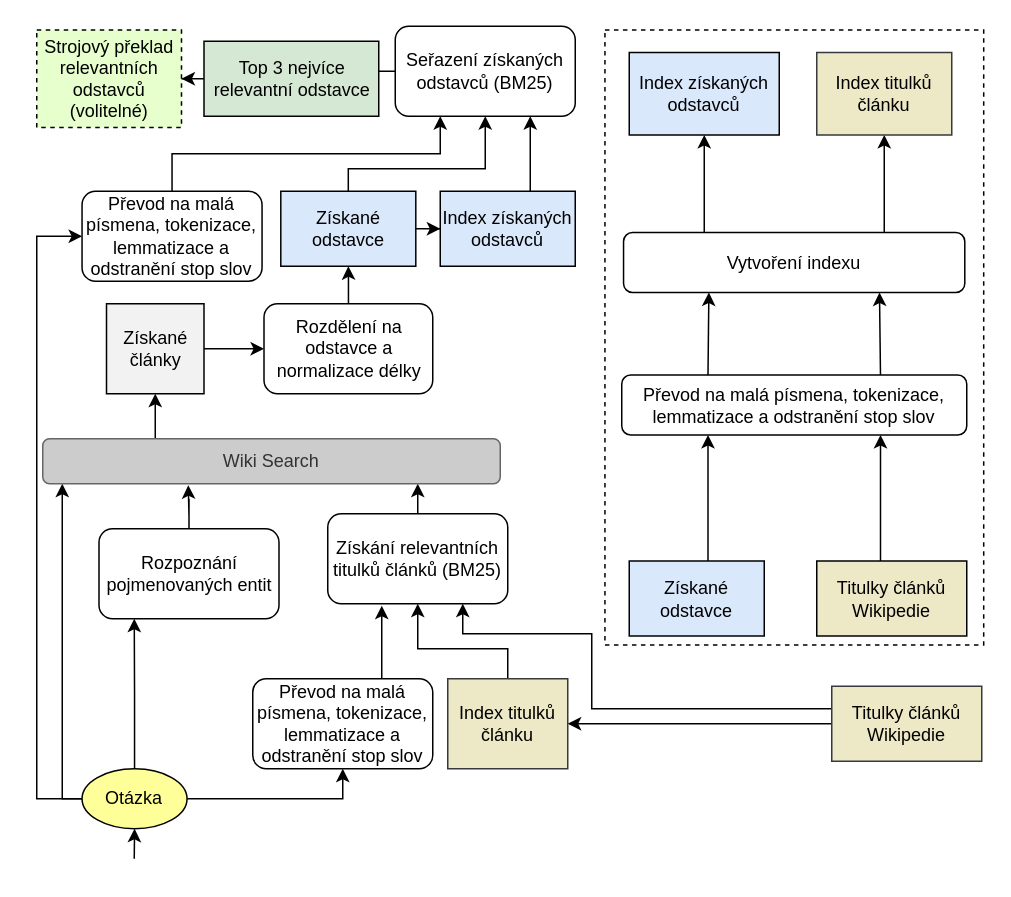
Above: images/retriever_podrobne.drawio in JonasBoi/BP (draw.io), before the change. Source tidied: cells renumbered, new cells numbered last; positions are measured from the earlier drawing's top-left corner, leaving out a move shared by most shapes. Both pictures are drawn from the tidied source at 150%, with x=0, y=0 at pixel (36, 26).
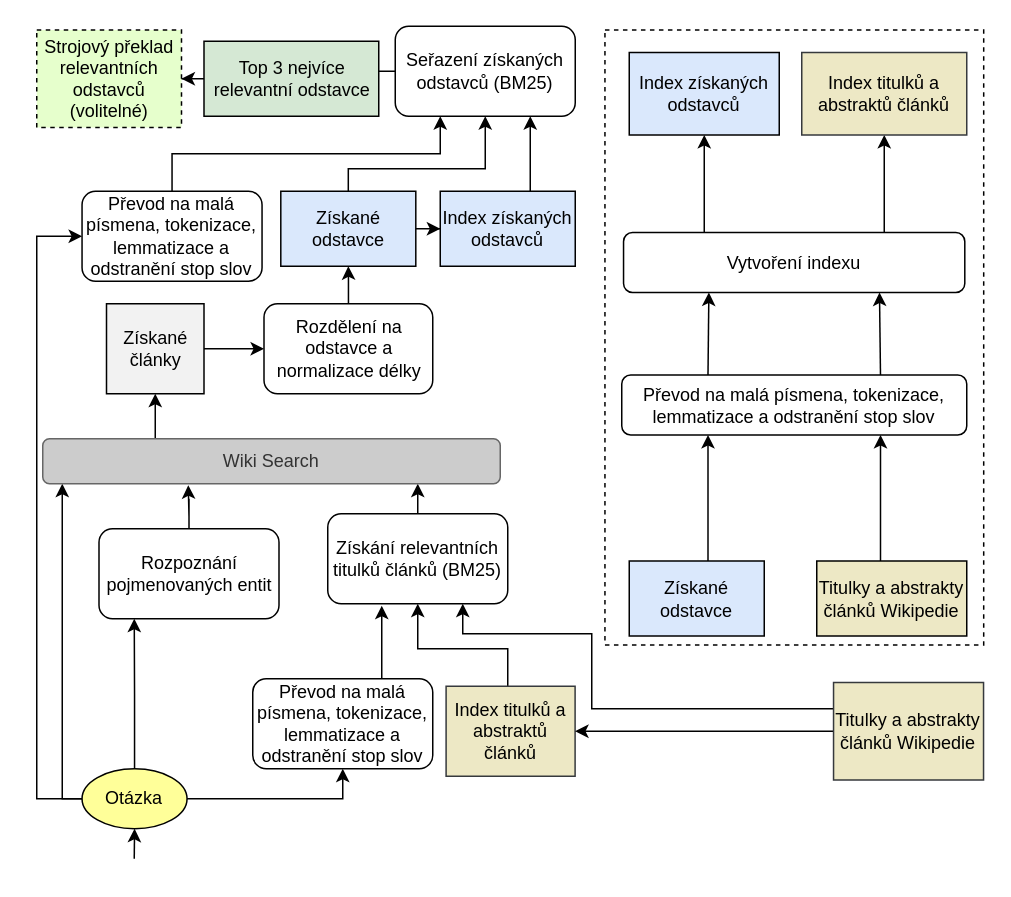
Above is the later version.

What changed in the source:
```diff
@@
-    <mxCell id="14" value="Titulky článků Wikipedie" style="rounded=0;whiteSpace=wrap;html=1;fillColor=#EDE8C5;" parent="1" vertex="1">
+    <mxCell id="14" value="Titulky a abstrakty článků Wikipedie" style="rounded=0;whiteSpace=wrap;html=1;fillColor=#EDE8C5;" parent="1" vertex="1">
       <mxGeometry x="520" y="356.5" width="100" height="50" as="geometry" />
     </mxCell>
@@
-    <mxCell id="24" value="Index titulků článku" style="rounded=0;whiteSpace=wrap;html=1;strokeColor=#36393d;fillColor=#EDE8C5;" parent="1" vertex="1">
-      <mxGeometry x="520" y="17.5" width="90" height="55" as="geometry" />
+    <mxCell id="24" value="Index titulků a abstraktů článků" style="rounded=0;whiteSpace=wrap;html=1;strokeColor=#36393d;fillColor=#EDE8C5;" parent="1" vertex="1">
+      <mxGeometry x="510" y="17.5" width="110" height="55" as="geometry" />
     </mxCell>
@@
-    <mxCell id="33" value="Index titulků článku" style="rounded=0;whiteSpace=wrap;html=1;strokeColor=#36393d;fillColor=#EDE8C5;" parent="1" vertex="1">
-      <mxGeometry x="274" y="435" width="80" height="60" as="geometry" />
+    <mxCell id="33" value="Index titulků a abstraktů článků" style="rounded=0;whiteSpace=wrap;html=1;strokeColor=#36393d;fillColor=#EDE8C5;" parent="1" vertex="1">
+      <mxGeometry x="272.9" y="440" width="86" height="60" as="geometry" />
     </mxCell>
@@
-    <mxCell id="48" value="Titulky článků Wikipedie" style="rounded=0;whiteSpace=wrap;html=1;strokeColor=#36393d;fillColor=#EDE8C5;" parent="1" vertex="1">
-      <mxGeometry x="530" y="440" width="100" height="50" as="geometry" />
+    <mxCell id="48" value="Titulky a abstrakty článků Wikipedie" style="rounded=0;whiteSpace=wrap;html=1;strokeColor=#36393d;fillColor=#EDE8C5;" parent="1" vertex="1">
+      <mxGeometry x="531.2" y="437.5" width="100" height="65" as="geometry" />
     </mxCell>
```
